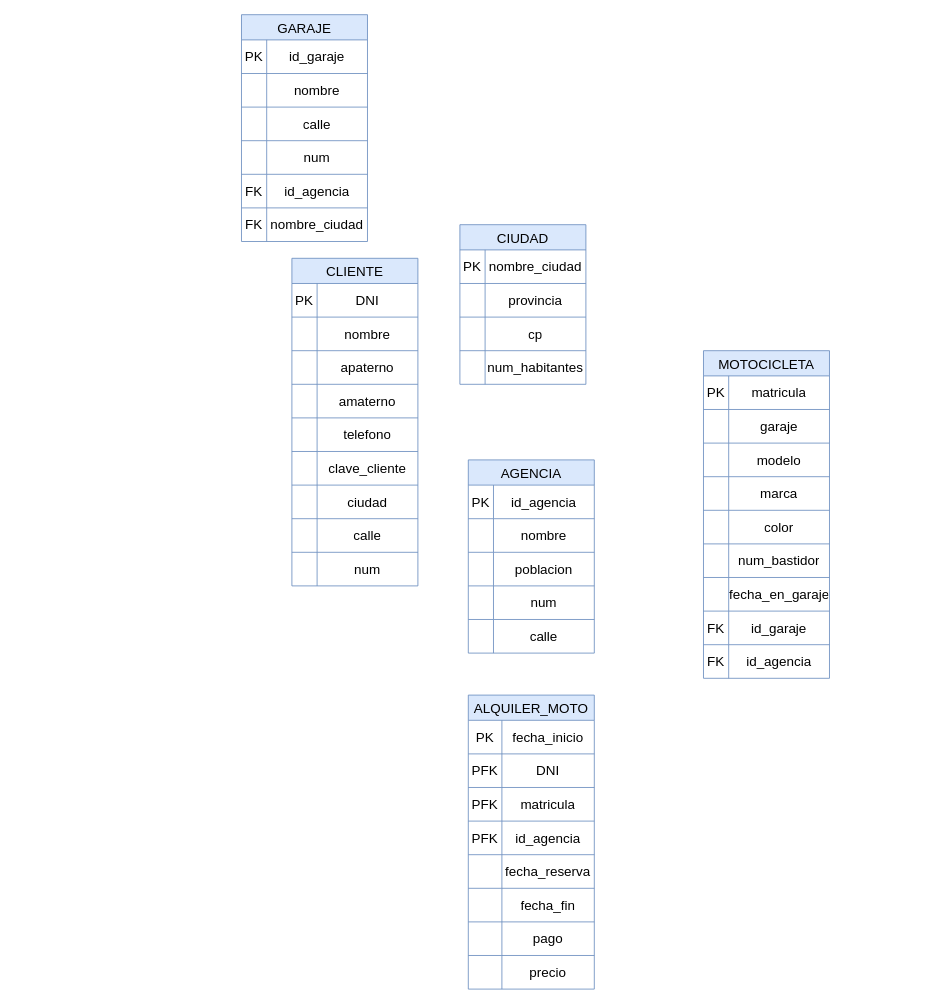
Earlier version of the draw.io diagram Modelo Relacional Motocicletas TBD.drawio (misiomishi/itcj). Source tidied: cells renumbered, new cells numbered last; positions are measured from the earlier drawing's top-left corner, leaving out a move shared by most shapes. Both pictures are drawn from the tidied source at 84%, with x=0, y=0 at pixel (241, 14).
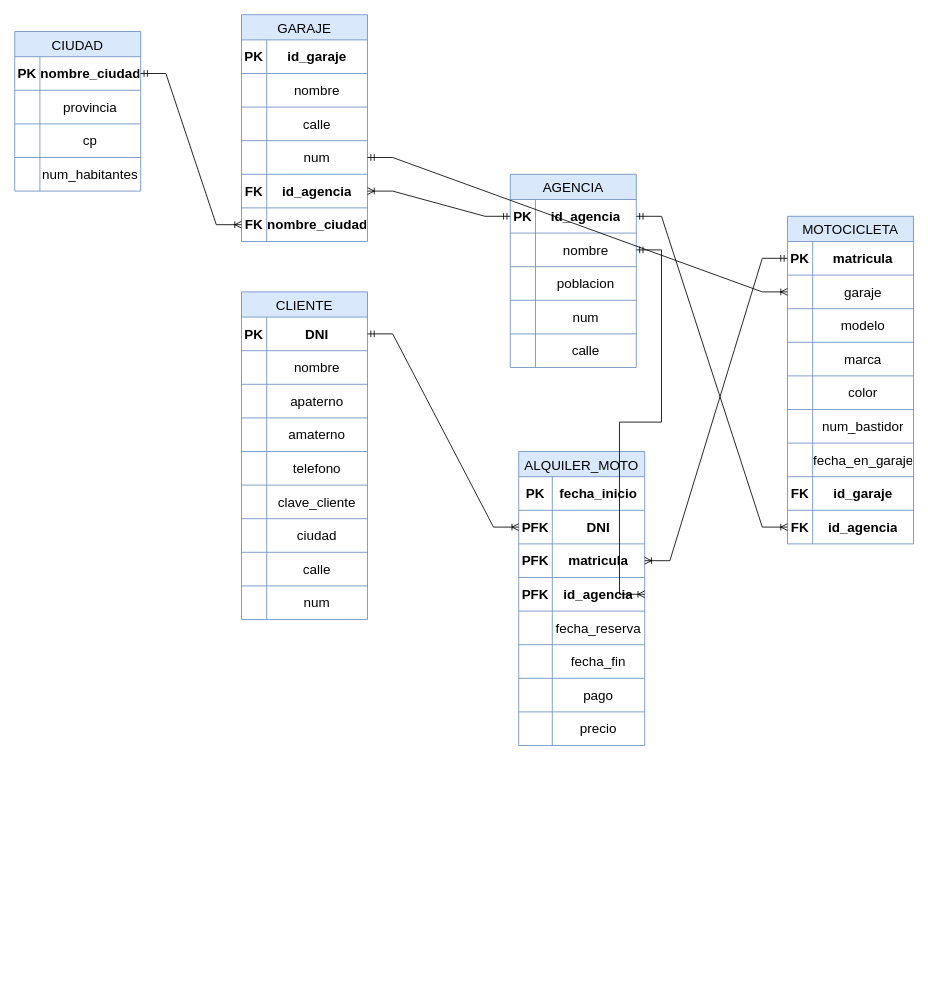
After the change.

The change refers to these unchanged cells:
```xml
<mxCell id="3" style="shape=tableRow;horizontal=0;startSize=0;swimlaneHead=0;swimlaneBody=0;strokeColor=inherit;top=0;left=0;bottom=0;right=0;fillColor=none;points=[[0,0.5],[1,0.5]];portConstraint=eastwest;fontSize=16;" parent="2" vertex="1">
  <mxGeometry y="30" width="150" height="40" as="geometry" />
</mxCell>
<mxCell id="16" style="shape=tableRow;horizontal=0;startSize=0;swimlaneHead=0;swimlaneBody=0;strokeColor=inherit;top=0;left=0;bottom=0;right=0;fillColor=none;points=[[0,0.5],[1,0.5]];portConstraint=eastwest;fontSize=16;" parent="15" vertex="1">
  <mxGeometry y="30" width="150" height="40" as="geometry" />
</mxCell>
<mxCell id="19" style="shape=tableRow;horizontal=0;startSize=0;swimlaneHead=0;swimlaneBody=0;strokeColor=inherit;top=0;left=0;bottom=0;right=0;fillColor=none;points=[[0,0.5],[1,0.5]];portConstraint=eastwest;fontSize=16;" parent="15" vertex="1">
  <mxGeometry y="70" width="150" height="40" as="geometry" />
</mxCell>
<mxCell id="32" style="shape=tableRow;horizontal=0;startSize=0;swimlaneHead=0;swimlaneBody=0;strokeColor=inherit;top=0;left=0;bottom=0;right=0;fillColor=none;points=[[0,0.5],[1,0.5]];portConstraint=eastwest;fontSize=16;" parent="31" vertex="1">
  <mxGeometry y="30" width="150" height="40" as="geometry" />
</mxCell>
<mxCell id="60" style="shape=tableRow;horizontal=0;startSize=0;swimlaneHead=0;swimlaneBody=0;strokeColor=inherit;top=0;left=0;bottom=0;right=0;fillColor=none;points=[[0,0.5],[1,0.5]];portConstraint=eastwest;fontSize=16;" parent="59" vertex="1">
  <mxGeometry y="30" width="150" height="40" as="geometry" />
</mxCell>
<mxCell id="63" style="shape=tableRow;horizontal=0;startSize=0;swimlaneHead=0;swimlaneBody=0;strokeColor=inherit;top=0;left=0;bottom=0;right=0;fillColor=none;points=[[0,0.5],[1,0.5]];portConstraint=eastwest;fontSize=16;" parent="59" vertex="1">
  <mxGeometry y="70" width="150" height="40" as="geometry" />
</mxCell>
<mxCell id="87" value="GARAJE" style="shape=table;startSize=30;childLayout=tableLayout;strokeColor=#6c8ebf;fontSize=16;fillColor=#dae8fc;" parent="1" vertex="1">
  <mxGeometry width="150" height="270" as="geometry" />
</mxCell>
<mxCell id="88" style="shape=tableRow;horizontal=0;startSize=0;swimlaneHead=0;swimlaneBody=0;strokeColor=inherit;top=0;left=0;bottom=0;right=0;fillColor=none;fontSize=16;" parent="87" vertex="1">
  <mxGeometry y="30" width="150" height="40" as="geometry" />
</mxCell>
<mxCell id="97" style="shape=tableRow;horizontal=0;startSize=0;swimlaneHead=0;swimlaneBody=0;strokeColor=inherit;top=0;left=0;bottom=0;right=0;fillColor=none;points=[[0,0.5],[1,0.5]];portConstraint=eastwest;fontSize=16;" parent="87" vertex="1">
  <mxGeometry y="150" width="150" height="40" as="geometry" />
</mxCell>
```

Diff of the diagram source:
```diff
@@
     <mxCell id="2" value="CIUDAD" style="shape=table;startSize=30;childLayout=tableLayout;strokeColor=#6c8ebf;fontSize=16;fillColor=#dae8fc;" parent="1" vertex="1">
-      <mxGeometry x="260" y="250" width="150" height="190" as="geometry" />
+      <mxGeometry x="-270" y="20" width="150" height="190" as="geometry" />
     </mxCell>
@@
-    <mxCell id="4" value="PK" style="shape=partialRectangle;html=1;whiteSpace=wrap;strokeColor=inherit;overflow=hidden;fillColor=none;top=0;left=0;bottom=0;right=0;fontSize=16;" parent="3" vertex="1">
+    <mxCell id="4" value="PK" style="shape=partialRectangle;html=1;whiteSpace=wrap;strokeColor=inherit;overflow=hidden;fillColor=none;top=0;left=0;bottom=0;right=0;fontSize=16;fontStyle=1;" parent="3" vertex="1">
       <mxGeometry width="30" height="40" as="geometry" />
     </mxCell>
-    <mxCell id="5" value="nombre_ciudad" style="shape=partialRectangle;html=1;whiteSpace=wrap;strokeColor=inherit;overflow=hidden;fillColor=none;top=0;left=0;bottom=0;right=0;fontSize=16;" parent="3" vertex="1">
+    <mxCell id="5" value="nombre_ciudad" style="shape=partialRectangle;html=1;whiteSpace=wrap;strokeColor=inherit;overflow=hidden;fillColor=none;top=0;left=0;bottom=0;right=0;fontSize=16;fontStyle=1;" parent="3" vertex="1">
       <mxGeometry x="30" width="120" height="40" as="geometry" />
     </mxCell>
@@
     <mxCell id="15" value="AGENCIA" style="shape=table;startSize=30;childLayout=tableLayout;strokeColor=#6c8ebf;fontSize=16;fillColor=#dae8fc;" parent="1" vertex="1">
-      <mxGeometry x="270" y="530" width="150" height="230" as="geometry" />
+      <mxGeometry x="320" y="190" width="150" height="230" as="geometry" />
     </mxCell>
@@
-    <mxCell id="17" value="PK" style="shape=partialRectangle;html=1;whiteSpace=wrap;strokeColor=inherit;overflow=hidden;fillColor=none;top=0;left=0;bottom=0;right=0;fontSize=16;" parent="16" vertex="1">
+    <mxCell id="17" value="PK" style="shape=partialRectangle;html=1;whiteSpace=wrap;strokeColor=inherit;overflow=hidden;fillColor=none;top=0;left=0;bottom=0;right=0;fontSize=16;fontStyle=1;" parent="16" vertex="1">
       <mxGeometry width="30" height="40" as="geometry" />
     </mxCell>
-    <mxCell id="18" value="id_agencia" style="shape=partialRectangle;html=1;whiteSpace=wrap;strokeColor=inherit;overflow=hidden;fillColor=none;top=0;left=0;bottom=0;right=0;fontSize=16;" parent="16" vertex="1">
+    <mxCell id="18" value="id_agencia" style="shape=partialRectangle;html=1;whiteSpace=wrap;strokeColor=inherit;overflow=hidden;fillColor=none;top=0;left=0;bottom=0;right=0;fontSize=16;fontStyle=1;" parent="16" vertex="1">
       <mxGeometry x="30" width="120" height="40" as="geometry" />
     </mxCell>
@@
     <mxCell id="31" value="CLIENTE" style="shape=table;startSize=30;childLayout=tableLayout;strokeColor=#6c8ebf;fontSize=16;fillColor=#dae8fc;" parent="1" vertex="1">
-      <mxGeometry x="60" y="290" width="150" height="390" as="geometry" />
+      <mxGeometry y="330" width="150" height="390" as="geometry" />
     </mxCell>
@@
-    <mxCell id="33" value="PK" style="shape=partialRectangle;html=1;whiteSpace=wrap;strokeColor=inherit;overflow=hidden;fillColor=none;top=0;left=0;bottom=0;right=0;fontSize=16;" parent="32" vertex="1">
+    <mxCell id="33" value="PK" style="shape=partialRectangle;html=1;whiteSpace=wrap;strokeColor=inherit;overflow=hidden;fillColor=none;top=0;left=0;bottom=0;right=0;fontSize=16;fontStyle=1;" parent="32" vertex="1">
       <mxGeometry width="30" height="40" as="geometry" />
     </mxCell>
-    <mxCell id="34" value="DNI" style="shape=partialRectangle;html=1;whiteSpace=wrap;strokeColor=inherit;overflow=hidden;fillColor=none;top=0;left=0;bottom=0;right=0;fontSize=16;" parent="32" vertex="1">
+    <mxCell id="34" value="&lt;b&gt;DNI&lt;/b&gt;" style="shape=partialRectangle;html=1;whiteSpace=wrap;strokeColor=inherit;overflow=hidden;fillColor=none;top=0;left=0;bottom=0;right=0;fontSize=16;" parent="32" vertex="1">
       <mxGeometry x="30" width="120" height="40" as="geometry" />
     </mxCell>
@@
     <mxCell id="59" value="MOTOCICLETA" style="shape=table;startSize=30;childLayout=tableLayout;strokeColor=#6c8ebf;fontSize=16;fillColor=#dae8fc;" parent="1" vertex="1">
-      <mxGeometry x="550" y="400" width="150" height="390" as="geometry" />
+      <mxGeometry x="650" y="240" width="150" height="390" as="geometry" />
     </mxCell>
@@
-    <mxCell id="61" value="PK" style="shape=partialRectangle;html=1;whiteSpace=wrap;strokeColor=inherit;overflow=hidden;fillColor=none;top=0;left=0;bottom=0;right=0;fontSize=16;" parent="60" vertex="1">
+    <mxCell id="61" value="PK" style="shape=partialRectangle;html=1;whiteSpace=wrap;strokeColor=inherit;overflow=hidden;fillColor=none;top=0;left=0;bottom=0;right=0;fontSize=16;fontStyle=1;" parent="60" vertex="1">
       <mxGeometry width="30" height="40" as="geometry" />
     </mxCell>
-    <mxCell id="62" value="matricula" style="shape=partialRectangle;html=1;whiteSpace=wrap;strokeColor=inherit;overflow=hidden;fillColor=none;top=0;left=0;bottom=0;right=0;fontSize=16;" parent="60" vertex="1">
+    <mxCell id="62" value="matricula" style="shape=partialRectangle;html=1;whiteSpace=wrap;strokeColor=inherit;overflow=hidden;fillColor=none;top=0;left=0;bottom=0;right=0;fontSize=16;fontStyle=1;" parent="60" vertex="1">
       <mxGeometry x="30" width="120" height="40" as="geometry" />
     </mxCell>
@@
-    <mxCell id="81" style="shape=tableRow;horizontal=0;startSize=0;swimlaneHead=0;swimlaneBody=0;strokeColor=inherit;top=0;left=0;bottom=0;right=0;fillColor=none;fontSize=16;" parent="59" vertex="1">
+    <mxCell id="81" style="shape=tableRow;horizontal=0;startSize=0;swimlaneHead=0;swimlaneBody=0;strokeColor=inherit;top=0;left=0;bottom=0;right=0;fillColor=none;fontSize=16;fontStyle=1;" parent="59" vertex="1">
       <mxGeometry y="310" width="150" height="40" as="geometry" />
     </mxCell>
-    <mxCell id="82" value="FK" style="shape=partialRectangle;html=1;whiteSpace=wrap;strokeColor=inherit;overflow=hidden;fillColor=none;top=0;left=0;bottom=0;right=0;fontSize=16;" parent="81" vertex="1">
+    <mxCell id="82" value="FK" style="shape=partialRectangle;html=1;whiteSpace=wrap;strokeColor=inherit;overflow=hidden;fillColor=none;top=0;left=0;bottom=0;right=0;fontSize=16;fontStyle=1;" parent="81" vertex="1">
       <mxGeometry width="30" height="40" as="geometry" />
     </mxCell>
-    <mxCell id="83" value="id_garaje" style="shape=partialRectangle;html=1;whiteSpace=wrap;strokeColor=inherit;overflow=hidden;fillColor=none;top=0;left=0;bottom=0;right=0;fontSize=16;" parent="81" vertex="1">
+    <mxCell id="83" value="id_garaje" style="shape=partialRectangle;html=1;whiteSpace=wrap;strokeColor=inherit;overflow=hidden;fillColor=none;top=0;left=0;bottom=0;right=0;fontSize=16;fontStyle=1;" parent="81" vertex="1">
       <mxGeometry x="30" width="120" height="40" as="geometry" />
     </mxCell>
-    <mxCell id="84" style="shape=tableRow;horizontal=0;startSize=0;swimlaneHead=0;swimlaneBody=0;strokeColor=inherit;top=0;left=0;bottom=0;right=0;fillColor=none;points=[[0,0.5],[1,0.5]];portConstraint=eastwest;fontSize=16;" parent="59" vertex="1">
+    <mxCell id="84" style="shape=tableRow;horizontal=0;startSize=0;swimlaneHead=0;swimlaneBody=0;strokeColor=inherit;top=0;left=0;bottom=0;right=0;fillColor=none;points=[[0,0.5],[1,0.5]];portConstraint=eastwest;fontSize=16;fontStyle=1;" parent="59" vertex="1">
       <mxGeometry y="350" width="150" height="40" as="geometry" />
     </mxCell>
-    <mxCell id="85" value="FK" style="shape=partialRectangle;html=1;whiteSpace=wrap;strokeColor=inherit;overflow=hidden;fillColor=none;top=0;left=0;bottom=0;right=0;fontSize=16;" parent="84" vertex="1">
+    <mxCell id="85" value="FK" style="shape=partialRectangle;html=1;whiteSpace=wrap;strokeColor=inherit;overflow=hidden;fillColor=none;top=0;left=0;bottom=0;right=0;fontSize=16;fontStyle=1;" parent="84" vertex="1">
       <mxGeometry width="30" height="40" as="geometry" />
     </mxCell>
-    <mxCell id="86" value="id_agencia" style="shape=partialRectangle;html=1;whiteSpace=wrap;strokeColor=inherit;overflow=hidden;fillColor=none;top=0;left=0;bottom=0;right=0;fontSize=16;" parent="84" vertex="1">
+    <mxCell id="86" value="id_agencia" style="shape=partialRectangle;html=1;whiteSpace=wrap;strokeColor=inherit;overflow=hidden;fillColor=none;top=0;left=0;bottom=0;right=0;fontSize=16;fontStyle=1;" parent="84" vertex="1">
       <mxGeometry x="30" width="120" height="40" as="geometry" />
     </mxCell>
@@
-    <mxCell id="89" value="PK" style="shape=partialRectangle;html=1;whiteSpace=wrap;strokeColor=inherit;overflow=hidden;fillColor=none;top=0;left=0;bottom=0;right=0;fontSize=16;" parent="88" vertex="1">
+    <mxCell id="89" value="PK" style="shape=partialRectangle;html=1;whiteSpace=wrap;strokeColor=inherit;overflow=hidden;fillColor=none;top=0;left=0;bottom=0;right=0;fontSize=16;fontStyle=1;" parent="88" vertex="1">
       <mxGeometry width="30" height="40" as="geometry" />
     </mxCell>
-    <mxCell id="90" value="id_garaje" style="shape=partialRectangle;html=1;whiteSpace=wrap;strokeColor=inherit;overflow=hidden;fillColor=none;top=0;left=0;bottom=0;right=0;fontSize=16;" parent="88" vertex="1">
+    <mxCell id="90" value="id_garaje" style="shape=partialRectangle;html=1;whiteSpace=wrap;strokeColor=inherit;overflow=hidden;fillColor=none;top=0;left=0;bottom=0;right=0;fontSize=16;fontStyle=1;" parent="88" vertex="1">
       <mxGeometry x="30" width="120" height="40" as="geometry" />
     </mxCell>
@@
-    <mxCell id="100" style="shape=tableRow;horizontal=0;startSize=0;swimlaneHead=0;swimlaneBody=0;strokeColor=inherit;top=0;left=0;bottom=0;right=0;fillColor=none;points=[[0,0.5],[1,0.5]];portConstraint=eastwest;fontSize=16;" parent="87" vertex="1">
+    <mxCell id="100" style="shape=tableRow;horizontal=0;startSize=0;swimlaneHead=0;swimlaneBody=0;strokeColor=inherit;top=0;left=0;bottom=0;right=0;fillColor=none;points=[[0,0.5],[1,0.5]];portConstraint=eastwest;fontSize=16;fontStyle=1;" parent="87" vertex="1">
       <mxGeometry y="190" width="150" height="40" as="geometry" />
     </mxCell>
-    <mxCell id="101" value="FK" style="shape=partialRectangle;html=1;whiteSpace=wrap;strokeColor=inherit;overflow=hidden;fillColor=none;top=0;left=0;bottom=0;right=0;fontSize=16;" parent="100" vertex="1">
+    <mxCell id="101" value="FK" style="shape=partialRectangle;html=1;whiteSpace=wrap;strokeColor=inherit;overflow=hidden;fillColor=none;top=0;left=0;bottom=0;right=0;fontSize=16;fontStyle=1;" parent="100" vertex="1">
       <mxGeometry width="30" height="40" as="geometry" />
     </mxCell>
-    <mxCell id="102" value="id_agencia" style="shape=partialRectangle;html=1;whiteSpace=wrap;strokeColor=inherit;overflow=hidden;fillColor=none;top=0;left=0;bottom=0;right=0;fontSize=16;" parent="100" vertex="1">
+    <mxCell id="102" value="id_agencia" style="shape=partialRectangle;html=1;whiteSpace=wrap;strokeColor=inherit;overflow=hidden;fillColor=none;top=0;left=0;bottom=0;right=0;fontSize=16;fontStyle=1;" parent="100" vertex="1">
       <mxGeometry x="30" width="120" height="40" as="geometry" />
     </mxCell>
-    <mxCell id="103" style="shape=tableRow;horizontal=0;startSize=0;swimlaneHead=0;swimlaneBody=0;strokeColor=inherit;top=0;left=0;bottom=0;right=0;fillColor=none;points=[[0,0.5],[1,0.5]];portConstraint=eastwest;fontSize=16;" parent="87" vertex="1">
+    <mxCell id="103" style="shape=tableRow;horizontal=0;startSize=0;swimlaneHead=0;swimlaneBody=0;strokeColor=inherit;top=0;left=0;bottom=0;right=0;fillColor=none;points=[[0,0.5],[1,0.5]];portConstraint=eastwest;fontSize=16;fontStyle=1;" parent="87" vertex="1">
       <mxGeometry y="230" width="150" height="40" as="geometry" />
     </mxCell>
-    <mxCell id="104" value="FK" style="shape=partialRectangle;html=1;whiteSpace=wrap;strokeColor=inherit;overflow=hidden;fillColor=none;top=0;left=0;bottom=0;right=0;fontSize=16;" parent="103" vertex="1">
+    <mxCell id="104" value="FK" style="shape=partialRectangle;html=1;whiteSpace=wrap;strokeColor=inherit;overflow=hidden;fillColor=none;top=0;left=0;bottom=0;right=0;fontSize=16;fontStyle=1;" parent="103" vertex="1">
       <mxGeometry width="30" height="40" as="geometry" />
     </mxCell>
-    <mxCell id="105" value="nombre_ciudad" style="shape=partialRectangle;html=1;whiteSpace=wrap;strokeColor=inherit;overflow=hidden;fillColor=none;top=0;left=0;bottom=0;right=0;fontSize=16;" parent="103" vertex="1">
+    <mxCell id="105" value="nombre_ciudad" style="shape=partialRectangle;html=1;whiteSpace=wrap;strokeColor=inherit;overflow=hidden;fillColor=none;top=0;left=0;bottom=0;right=0;fontSize=16;fontStyle=1;" parent="103" vertex="1">
       <mxGeometry x="30" width="120" height="40" as="geometry" />
     </mxCell>
     <mxCell id="106" value="ALQUILER_MOTO" style="shape=table;startSize=30;childLayout=tableLayout;strokeColor=#6c8ebf;fontSize=16;fillColor=#dae8fc;" parent="1" vertex="1">
-      <mxGeometry x="270" y="810" width="150" height="350" as="geometry" />
+      <mxGeometry x="330" y="520" width="150" height="350" as="geometry" />
     </mxCell>
-    <mxCell id="107" style="shape=tableRow;horizontal=0;startSize=0;swimlaneHead=0;swimlaneBody=0;strokeColor=inherit;top=0;left=0;bottom=0;right=0;fillColor=none;fontSize=16;" parent="106" vertex="1">
+    <mxCell id="107" style="shape=tableRow;horizontal=0;startSize=0;swimlaneHead=0;swimlaneBody=0;strokeColor=inherit;top=0;left=0;bottom=0;right=0;fillColor=none;fontSize=16;fontStyle=1;" parent="106" vertex="1">
       <mxGeometry y="30" width="150" height="40" as="geometry" />
     </mxCell>
-    <mxCell id="108" value="PK" style="shape=partialRectangle;html=1;whiteSpace=wrap;strokeColor=inherit;overflow=hidden;fillColor=none;top=0;left=0;bottom=0;right=0;fontSize=16;" parent="107" vertex="1">
+    <mxCell id="108" value="PK" style="shape=partialRectangle;html=1;whiteSpace=wrap;strokeColor=inherit;overflow=hidden;fillColor=none;top=0;left=0;bottom=0;right=0;fontSize=16;fontStyle=1;" parent="107" vertex="1">
       <mxGeometry width="40" height="40" as="geometry" />
     </mxCell>
-    <mxCell id="109" value="fecha_inicio" style="shape=partialRectangle;html=1;whiteSpace=wrap;strokeColor=inherit;overflow=hidden;fillColor=none;top=0;left=0;bottom=0;right=0;fontSize=16;" parent="107" vertex="1">
+    <mxCell id="109" value="fecha_inicio" style="shape=partialRectangle;html=1;whiteSpace=wrap;strokeColor=inherit;overflow=hidden;fillColor=none;top=0;left=0;bottom=0;right=0;fontSize=16;fontStyle=1;" parent="107" vertex="1">
       <mxGeometry x="40" width="110" height="40" as="geometry" />
     </mxCell>
-    <mxCell id="110" style="shape=tableRow;horizontal=0;startSize=0;swimlaneHead=0;swimlaneBody=0;strokeColor=inherit;top=0;left=0;bottom=0;right=0;fillColor=none;points=[[0,0.5],[1,0.5]];portConstraint=eastwest;fontSize=16;" parent="106" vertex="1">
+    <mxCell id="110" style="shape=tableRow;horizontal=0;startSize=0;swimlaneHead=0;swimlaneBody=0;strokeColor=inherit;top=0;left=0;bottom=0;right=0;fillColor=none;points=[[0,0.5],[1,0.5]];portConstraint=eastwest;fontSize=16;fontStyle=1;" parent="106" vertex="1">
       <mxGeometry y="70" width="150" height="40" as="geometry" />
     </mxCell>
-    <mxCell id="111" value="PFK" style="shape=partialRectangle;html=1;whiteSpace=wrap;strokeColor=inherit;overflow=hidden;fillColor=none;top=0;left=0;bottom=0;right=0;fontSize=16;" parent="110" vertex="1">
+    <mxCell id="111" value="PFK" style="shape=partialRectangle;html=1;whiteSpace=wrap;strokeColor=inherit;overflow=hidden;fillColor=none;top=0;left=0;bottom=0;right=0;fontSize=16;fontStyle=1;" parent="110" vertex="1">
       <mxGeometry width="40" height="40" as="geometry" />
     </mxCell>
-    <mxCell id="112" value="DNI" style="shape=partialRectangle;html=1;whiteSpace=wrap;strokeColor=inherit;overflow=hidden;fillColor=none;top=0;left=0;bottom=0;right=0;fontSize=16;" parent="110" vertex="1">
+    <mxCell id="112" value="DNI" style="shape=partialRectangle;html=1;whiteSpace=wrap;strokeColor=inherit;overflow=hidden;fillColor=none;top=0;left=0;bottom=0;right=0;fontSize=16;fontStyle=1;" parent="110" vertex="1">
       <mxGeometry x="40" width="110" height="40" as="geometry" />
     </mxCell>
-    <mxCell id="113" style="shape=tableRow;horizontal=0;startSize=0;swimlaneHead=0;swimlaneBody=0;strokeColor=inherit;top=0;left=0;bottom=0;right=0;fillColor=none;points=[[0,0.5],[1,0.5]];portConstraint=eastwest;fontSize=16;" parent="106" vertex="1">
+    <mxCell id="113" style="shape=tableRow;horizontal=0;startSize=0;swimlaneHead=0;swimlaneBody=0;strokeColor=inherit;top=0;left=0;bottom=0;right=0;fillColor=none;points=[[0,0.5],[1,0.5]];portConstraint=eastwest;fontSize=16;fontStyle=1;" parent="106" vertex="1">
       <mxGeometry y="110" width="150" height="40" as="geometry" />
     </mxCell>
-    <mxCell id="114" value="PFK" style="shape=partialRectangle;html=1;whiteSpace=wrap;strokeColor=inherit;overflow=hidden;fillColor=none;top=0;left=0;bottom=0;right=0;fontSize=16;" parent="113" vertex="1">
+    <mxCell id="114" value="PFK" style="shape=partialRectangle;html=1;whiteSpace=wrap;strokeColor=inherit;overflow=hidden;fillColor=none;top=0;left=0;bottom=0;right=0;fontSize=16;fontStyle=1;" parent="113" vertex="1">
       <mxGeometry width="40" height="40" as="geometry" />
     </mxCell>
-    <mxCell id="115" value="matricula" style="shape=partialRectangle;html=1;whiteSpace=wrap;strokeColor=inherit;overflow=hidden;fillColor=none;top=0;left=0;bottom=0;right=0;fontSize=16;" parent="113" vertex="1">
+    <mxCell id="115" value="matricula" style="shape=partialRectangle;html=1;whiteSpace=wrap;strokeColor=inherit;overflow=hidden;fillColor=none;top=0;left=0;bottom=0;right=0;fontSize=16;fontStyle=1;" parent="113" vertex="1">
       <mxGeometry x="40" width="110" height="40" as="geometry" />
     </mxCell>
-    <mxCell id="116" style="shape=tableRow;horizontal=0;startSize=0;swimlaneHead=0;swimlaneBody=0;strokeColor=inherit;top=0;left=0;bottom=0;right=0;fillColor=none;points=[[0,0.5],[1,0.5]];portConstraint=eastwest;fontSize=16;" parent="106" vertex="1">
+    <mxCell id="116" style="shape=tableRow;horizontal=0;startSize=0;swimlaneHead=0;swimlaneBody=0;strokeColor=inherit;top=0;left=0;bottom=0;right=0;fillColor=none;points=[[0,0.5],[1,0.5]];portConstraint=eastwest;fontSize=16;fontStyle=1;" parent="106" vertex="1">
       <mxGeometry y="150" width="150" height="40" as="geometry" />
     </mxCell>
-    <mxCell id="117" value="PFK" style="shape=partialRectangle;html=1;whiteSpace=wrap;strokeColor=inherit;overflow=hidden;fillColor=none;top=0;left=0;bottom=0;right=0;fontSize=16;" parent="116" vertex="1">
+    <mxCell id="117" value="PFK" style="shape=partialRectangle;html=1;whiteSpace=wrap;strokeColor=inherit;overflow=hidden;fillColor=none;top=0;left=0;bottom=0;right=0;fontSize=16;fontStyle=1;" parent="116" vertex="1">
       <mxGeometry width="40" height="40" as="geometry" />
     </mxCell>
-    <mxCell id="118" value="id_agencia" style="shape=partialRectangle;html=1;whiteSpace=wrap;strokeColor=inherit;overflow=hidden;fillColor=none;top=0;left=0;bottom=0;right=0;fontSize=16;" parent="116" vertex="1">
+    <mxCell id="118" value="id_agencia" style="shape=partialRectangle;html=1;whiteSpace=wrap;strokeColor=inherit;overflow=hidden;fillColor=none;top=0;left=0;bottom=0;right=0;fontSize=16;fontStyle=1;" parent="116" vertex="1">
       <mxGeometry x="40" width="110" height="40" as="geometry" />
     </mxCell>
@@
+    <mxCell id="131" style="edgeStyle=entityRelationEdgeStyle;fontSize=12;html=1;endArrow=ERoneToMany;startArrow=ERmandOne;rounded=0;exitX=1;exitY=0.5;exitDx=0;exitDy=0;entryX=0;entryY=0.5;entryDx=0;entryDy=0;" parent="1" edge="1" source="3" target="103">
+      <mxGeometry relative="1" as="geometry" />
+    </mxCell>
+    <mxCell id="132" style="edgeStyle=entityRelationEdgeStyle;fontSize=12;html=1;endArrow=ERoneToMany;startArrow=ERmandOne;rounded=0;exitX=0;exitY=0.5;exitDx=0;exitDy=0;entryX=1;entryY=0.5;entryDx=0;entryDy=0;" parent="1" edge="1" source="16" target="100">
+      <mxGeometry relative="1" as="geometry" />
+    </mxCell>
+    <mxCell id="133" style="edgeStyle=entityRelationEdgeStyle;fontSize=12;html=1;endArrow=ERoneToMany;startArrow=ERmandOne;rounded=0;exitX=1;exitY=0.5;exitDx=0;exitDy=0;entryX=0;entryY=0.5;entryDx=0;entryDy=0;" parent="1" edge="1" source="32" target="110">
+      <mxGeometry relative="1" as="geometry" />
+    </mxCell>
+    <mxCell id="134" style="edgeStyle=entityRelationEdgeStyle;fontSize=12;html=1;endArrow=ERoneToMany;startArrow=ERmandOne;rounded=0;exitX=1;exitY=0.5;exitDx=0;exitDy=0;entryX=0;entryY=0.5;entryDx=0;entryDy=0;" parent="1" edge="1" source="16" target="84">
+      <mxGeometry relative="1" as="geometry" />
+    </mxCell>
+    <mxCell id="135" style="edgeStyle=entityRelationEdgeStyle;fontSize=12;html=1;endArrow=ERoneToMany;startArrow=ERmandOne;rounded=0;exitX=1;exitY=0.5;exitDx=0;exitDy=0;entryX=1;entryY=0.5;entryDx=0;entryDy=0;" parent="1" edge="1" source="19" target="116">
+      <mxGeometry relative="1" as="geometry" />
+    </mxCell>
+    <mxCell id="136" style="edgeStyle=entityRelationEdgeStyle;fontSize=12;html=1;endArrow=ERoneToMany;startArrow=ERmandOne;rounded=0;exitX=0;exitY=0.5;exitDx=0;exitDy=0;entryX=1;entryY=0.5;entryDx=0;entryDy=0;" parent="1" edge="1" source="60" target="113">
+      <mxGeometry relative="1" as="geometry" />
+    </mxCell>
+    <mxCell id="137" style="edgeStyle=entityRelationEdgeStyle;fontSize=12;html=1;endArrow=ERoneToMany;startArrow=ERmandOne;rounded=0;exitX=1;exitY=0.5;exitDx=0;exitDy=0;entryX=0;entryY=0.5;entryDx=0;entryDy=0;" parent="1" edge="1" source="97" target="63">
+      <mxGeometry relative="1" as="geometry" />
+    </mxCell>
```
